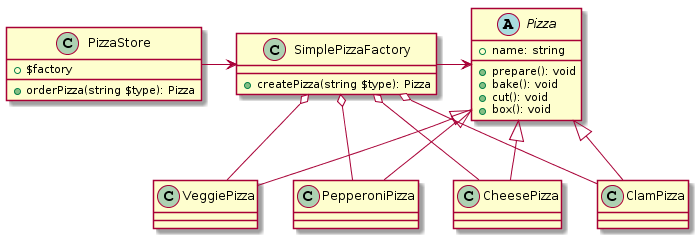
The PlantUML diagram img/simpleFactory.png in kin29/HeadFirstDezaPata, before a commit. Its diagram source:
```plantuml
@startuml
PizzaStore ->SimplePizzaFactory
SimplePizzaFactory -> Pizza
SimplePizzaFactory o--CheesePizza
SimplePizzaFactory o--ClamPizza
SimplePizzaFactory o--VeggiePizza
SimplePizzaFactory o--PepperoniPizza

abstract class Pizza
{
  {field}+name: string
  {method}+prepare(): void
  {method}+bake(): void
  {method}+cut(): void
  {method}+box(): void
}

class CheesePizza extends Pizza
{
}

class ClamPizza extends Pizza
{
}

class PepperoniPizza extends Pizza
{
}

class VeggiePizza extends Pizza
{
}


class PizzaStore
{
{field}+$factory
{method}+orderPizza(string $type): Pizza
}

class SimplePizzaFactory
{
{method}+createPizza(string $type): Pizza
}
@enduml
```
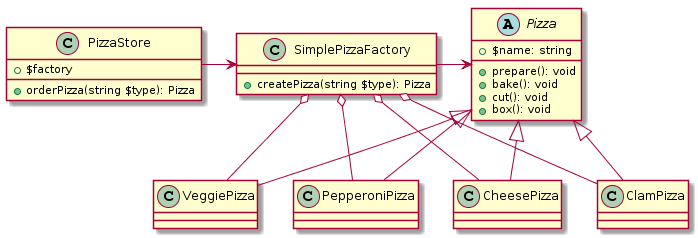
Above is the later version.

Commit message:
クラス図修正 PizzaStore（SimplePizzaFactoryのクライアント）にピザ作成以外の他メソッドを持たせる 他クラスに影響なし

Diff of the diagram source:
```diff
@@ -8,7 +8,7 @@
 
 abstract class Pizza
 {
-  {field}+name: string
+  {field}+$name: string
   {method}+prepare(): void
   {method}+bake(): void
   {method}+cut(): void
```
